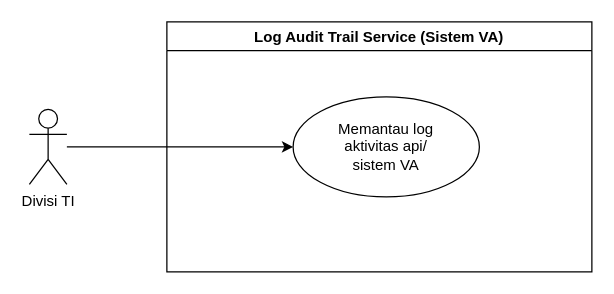
This is page "Log Audit Trail Service" (14 of 14) of actor-or-user-role.drawio from aribrilliantsyah/fsd_va_bpd_diy, a draw.io file, before an edit. Source tidied: cells renumbered, new cells numbered last; positions are measured from the earlier drawing's top-left corner, leaving out a move shared by most shapes. Both pictures are drawn from the tidied source at 125%, with x=0, y=0 at pixel (29, 21).
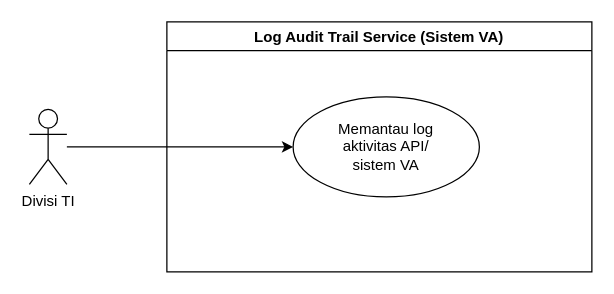
Above is the later version.

The edit, as a diff of the source:
```diff
@@
 <mxGraphModel>
   <root>
     <mxCell id="0" />
     <mxCell id="1" parent="0" />
     <mxCell id="2" style="rounded=0;jettySize=auto;html=1;entryX=0;entryY=0.5;entryDx=0;entryDy=0;" parent="1" edge="1" source="3" target="5">
       <mxGeometry relative="1" as="geometry" />
     </mxCell>
     <mxCell id="3" value="Divisi TI" style="shape=umlActor;verticalLabelPosition=bottom;verticalAlign=top;html=1;outlineConnect=0;" parent="1" vertex="1">
       <mxGeometry y="70" width="30" height="60" as="geometry" />
     </mxCell>
     <mxCell id="4" value="Log Audit Trail Service (Sistem VA)" style="swimlane;startSize=23;" parent="1" vertex="1">
       <mxGeometry x="110" width="340" height="200" as="geometry" />
     </mxCell>
-    <mxCell id="5" value="Memantau log &lt;br&gt;aktivitas api/&lt;br&gt;sistem VA" style="ellipse;whiteSpace=wrap;html=1;" parent="4" vertex="1">
+    <mxCell id="5" value="Memantau log &lt;br&gt;aktivitas API/&lt;br&gt;sistem VA" style="ellipse;whiteSpace=wrap;html=1;" parent="4" vertex="1">
       <mxGeometry x="101" y="60" width="149" height="80" as="geometry" />
     </mxCell>
   </root>
 </mxGraphModel>
```
